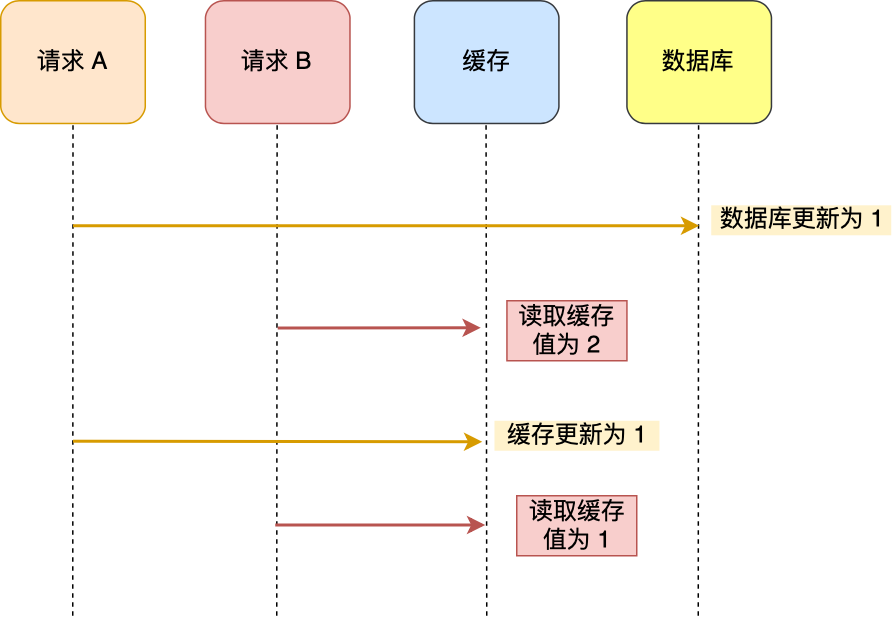
xiaolincoder/ImageHost4 keeps this draw.io diagram as redis/缓存/缓存1-读写.drawio.png. Above is the earlier version. Source tidied: cells renumbered, new cells last; positions are measured from the earlier drawing's top-left corner, leaving out a move shared by most shapes.
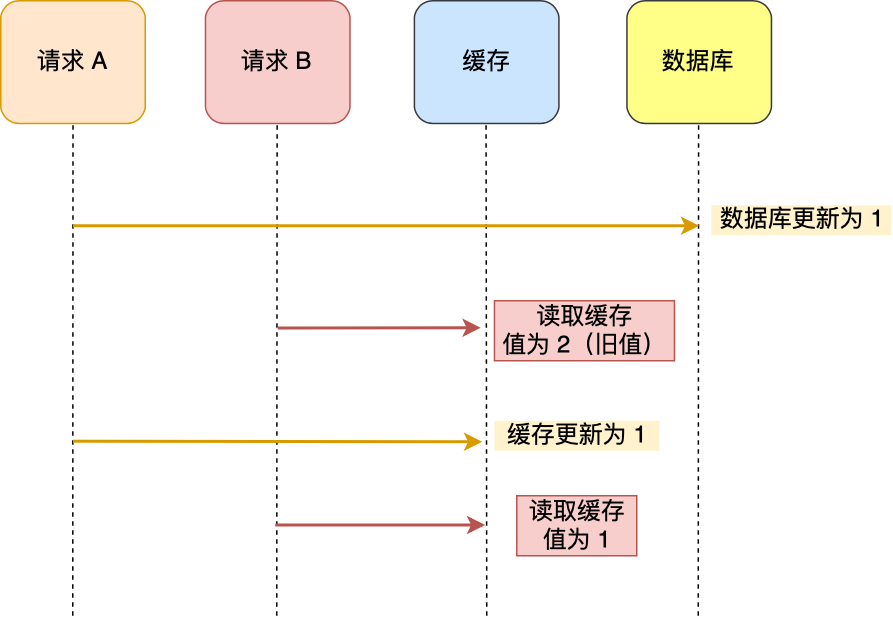
The same file after the commit.

Commit message:
已添加 缓存1-读写.drawio.png

Diff of the diagram source:
```diff
@@ -70,8 +70,8 @@
     <mxCell id="16" value="读取缓存&lt;br&gt;值为 1" style="text;html=1;align=center;verticalAlign=middle;strokeColor=#b85450;fillColor=#f8cecc;fontSize=16;" parent="1" vertex="1">
       <mxGeometry x="344" y="330" width="80" height="40" as="geometry" />
     </mxCell>
-    <mxCell id="17" value="读取缓存&lt;br&gt;值为 2" style="text;html=1;align=center;verticalAlign=middle;strokeColor=#b85450;fillColor=#f8cecc;fontSize=16;" parent="1" vertex="1">
-      <mxGeometry x="337.5" y="200" width="80" height="40" as="geometry" />
+    <mxCell id="17" value="读取缓存&lt;br&gt;值为 2（旧值）" style="text;html=1;align=center;verticalAlign=middle;strokeColor=#b85450;fillColor=#f8cecc;fontSize=16;" parent="1" vertex="1">
+      <mxGeometry x="329.1" y="200" width="120" height="40" as="geometry" />
     </mxCell>
   </root>
 </mxGraphModel>
```
